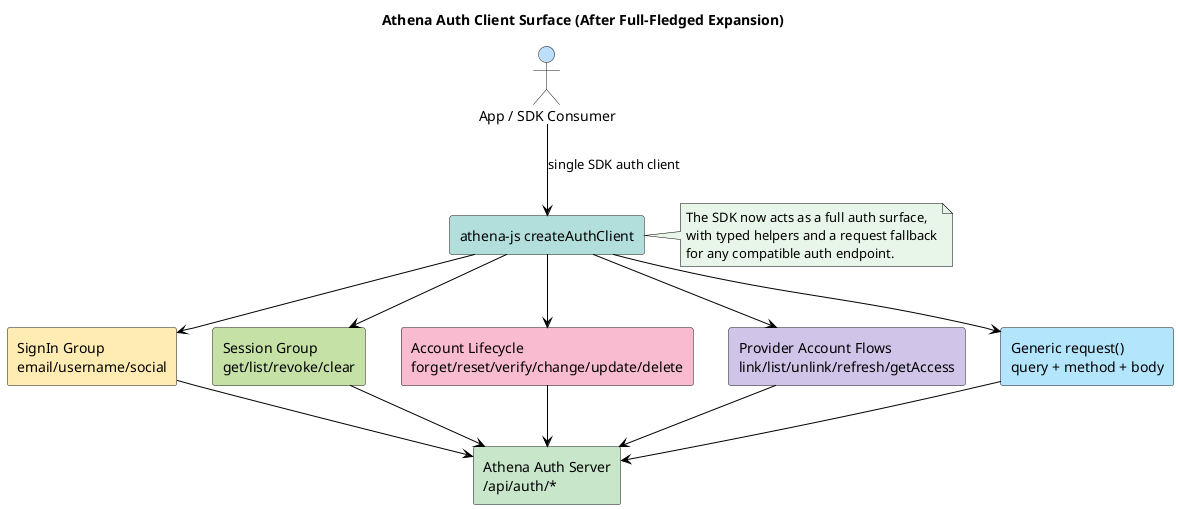
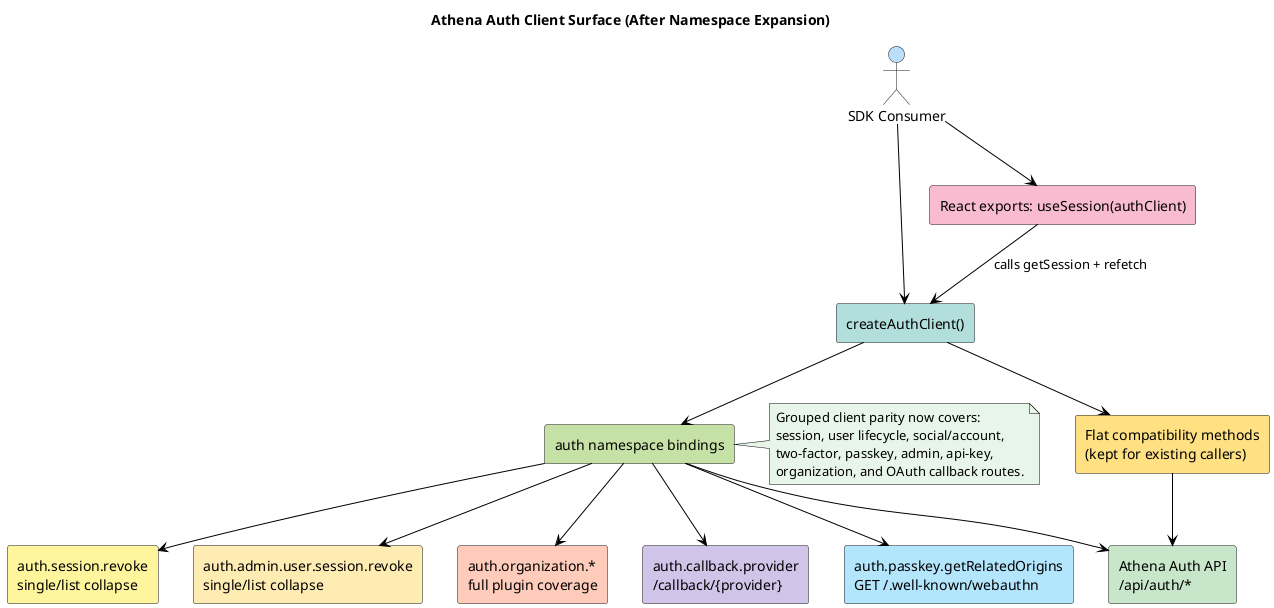
@startuml
- title Athena Auth Client Surface (After Full-Fledged Expansion)
+ title Athena Auth Client Surface (After Namespace Expansion)
skinparam backgroundColor #FFFFFF
skinparam componentStyle rectangle
skinparam ArrowColor #000000
skinparam defaultFontName Consolas
skinparam defaultFontColor #000000
skinparam noteBackgroundColor #E8F5E9
skinparam noteBorderColor #000000

- actor "App / SDK Consumer" as Consumer #BBDEFB
- component "athena-js createAuthClient" as AuthClient #B2DFDB
- component "SignIn Group\nemail/username/social" as SignInGroup #FFECB3
- component "Session Group\nget/list/revoke/clear" as SessionGroup #C5E1A5
- component "Account Lifecycle\nforget/reset/verify/change/update/delete" as AccountGroup #F8BBD0
- component "Provider Account Flows\nlink/list/unlink/refresh/getAccess" as ProviderGroup #D1C4E9
- component "Generic request()\nquery + method + body" as GenericRequest #B3E5FC
- component "Athena Auth Server\n/api/auth/*" as AuthServer #C8E6C9
+ actor "SDK Consumer" as Consumer #BBDEFB
+ component "createAuthClient()" as AuthClient #B2DFDB
+ component "Flat compatibility methods\n(kept for existing callers)" as FlatCompat #FFE082
+ component "auth namespace bindings" as AuthNamespace #C5E1A5
+ component "auth.session.revoke\nsingle/list collapse" as SessionCollapse #FFF59D
+ component "auth.admin.user.session.revoke\nsingle/list collapse" as AdminSessionCollapse #FFECB3
+ component "auth.organization.*\nfull plugin coverage" as OrgBindings #FFCCBC
+ component "auth.callback.provider\n/callback/{provider}" as CallbackBinding #D1C4E9
+ component "auth.passkey.getRelatedOrigins\nGET /.well-known/webauthn" as PasskeyOrigins #B3E5FC
+ component "React exports: useSession(authClient)" as ReactSessionHook #F8BBD0
+ component "Athena Auth API\n/api/auth/*" as AuthServer #C8E6C9

- Consumer --> AuthClient : single SDK auth client
- AuthClient --> SignInGroup
- AuthClient --> SessionGroup
- AuthClient --> AccountGroup
- AuthClient --> ProviderGroup
- AuthClient --> GenericRequest
+ Consumer --> AuthClient
+ AuthClient --> FlatCompat
+ AuthClient --> AuthNamespace
+ AuthNamespace --> SessionCollapse
+ AuthNamespace --> AdminSessionCollapse
+ AuthNamespace --> OrgBindings
+ AuthNamespace --> CallbackBinding
+ AuthNamespace --> PasskeyOrigins
+ Consumer --> ReactSessionHook
+ ReactSessionHook --> AuthClient : calls getSession + refetch

- SignInGroup --> AuthServer
- SessionGroup --> AuthServer
- AccountGroup --> AuthServer
- ProviderGroup --> AuthServer
- GenericRequest --> AuthServer
+ FlatCompat --> AuthServer
+ AuthNamespace --> AuthServer

- note right of AuthClient
- The SDK now acts as a full auth surface,
- with typed helpers and a request fallback
- for any compatible auth endpoint.
+ note right of AuthNamespace
+ Grouped client parity now covers:
+ session, user lifecycle, social/account,
+ two-factor, passkey, admin, api-key,
+ organization, and OAuth callback routes.
end note
@enduml
